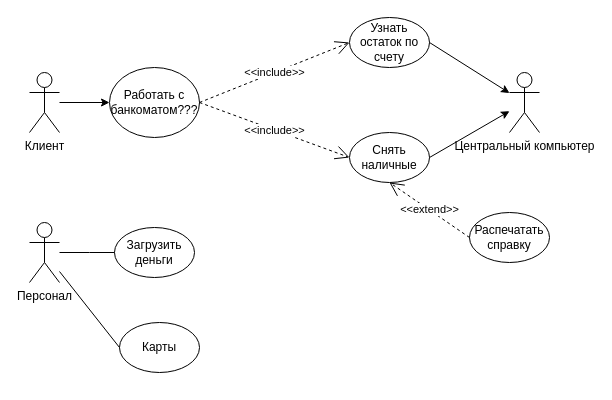
KvoERR/pnrpu-3rd-year keeps this draw.io diagram as проектирование/Банкомат/Работа с банкоматом.drawio. Above is the earlier version. Source tidied: cells renumbered, new cells numbered last; positions are measured from the earlier drawing's top-left corner, leaving out a move shared by most shapes. Both pictures are drawn from the tidied source at 100%, with x=0, y=0 at pixel (29, 17).
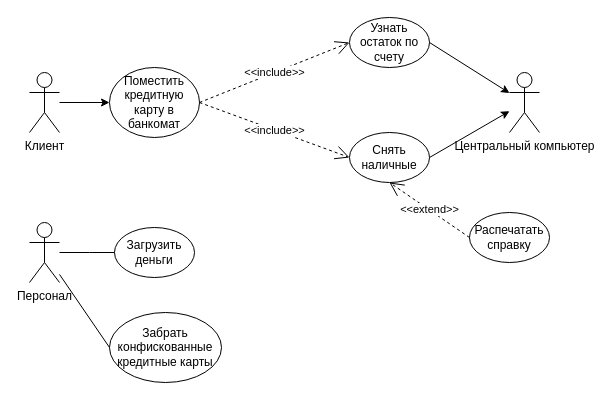
The same diagram, later.

The edit, as a diff of the source:
```diff
@@
-    <mxCell id="5" value="Работать с банкоматом???" style="ellipse;whiteSpace=wrap;html=1;" parent="1" vertex="1">
+    <mxCell id="5" value="Поместить кредитную карту в банкомат" style="ellipse;whiteSpace=wrap;html=1;" parent="1" vertex="1">
       <mxGeometry x="80" y="50" width="90" height="70" as="geometry" />
     </mxCell>
@@
-    <mxCell id="16" value="Карты" style="ellipse;whiteSpace=wrap;html=1;" parent="1" vertex="1">
-      <mxGeometry x="90" y="305" width="80" height="50" as="geometry" />
+    <mxCell id="16" value="Забрать конфискованные кредитные карты" style="ellipse;whiteSpace=wrap;html=1;" parent="1" vertex="1">
+      <mxGeometry x="80" y="295" width="112" height="70" as="geometry" />
     </mxCell>
```
